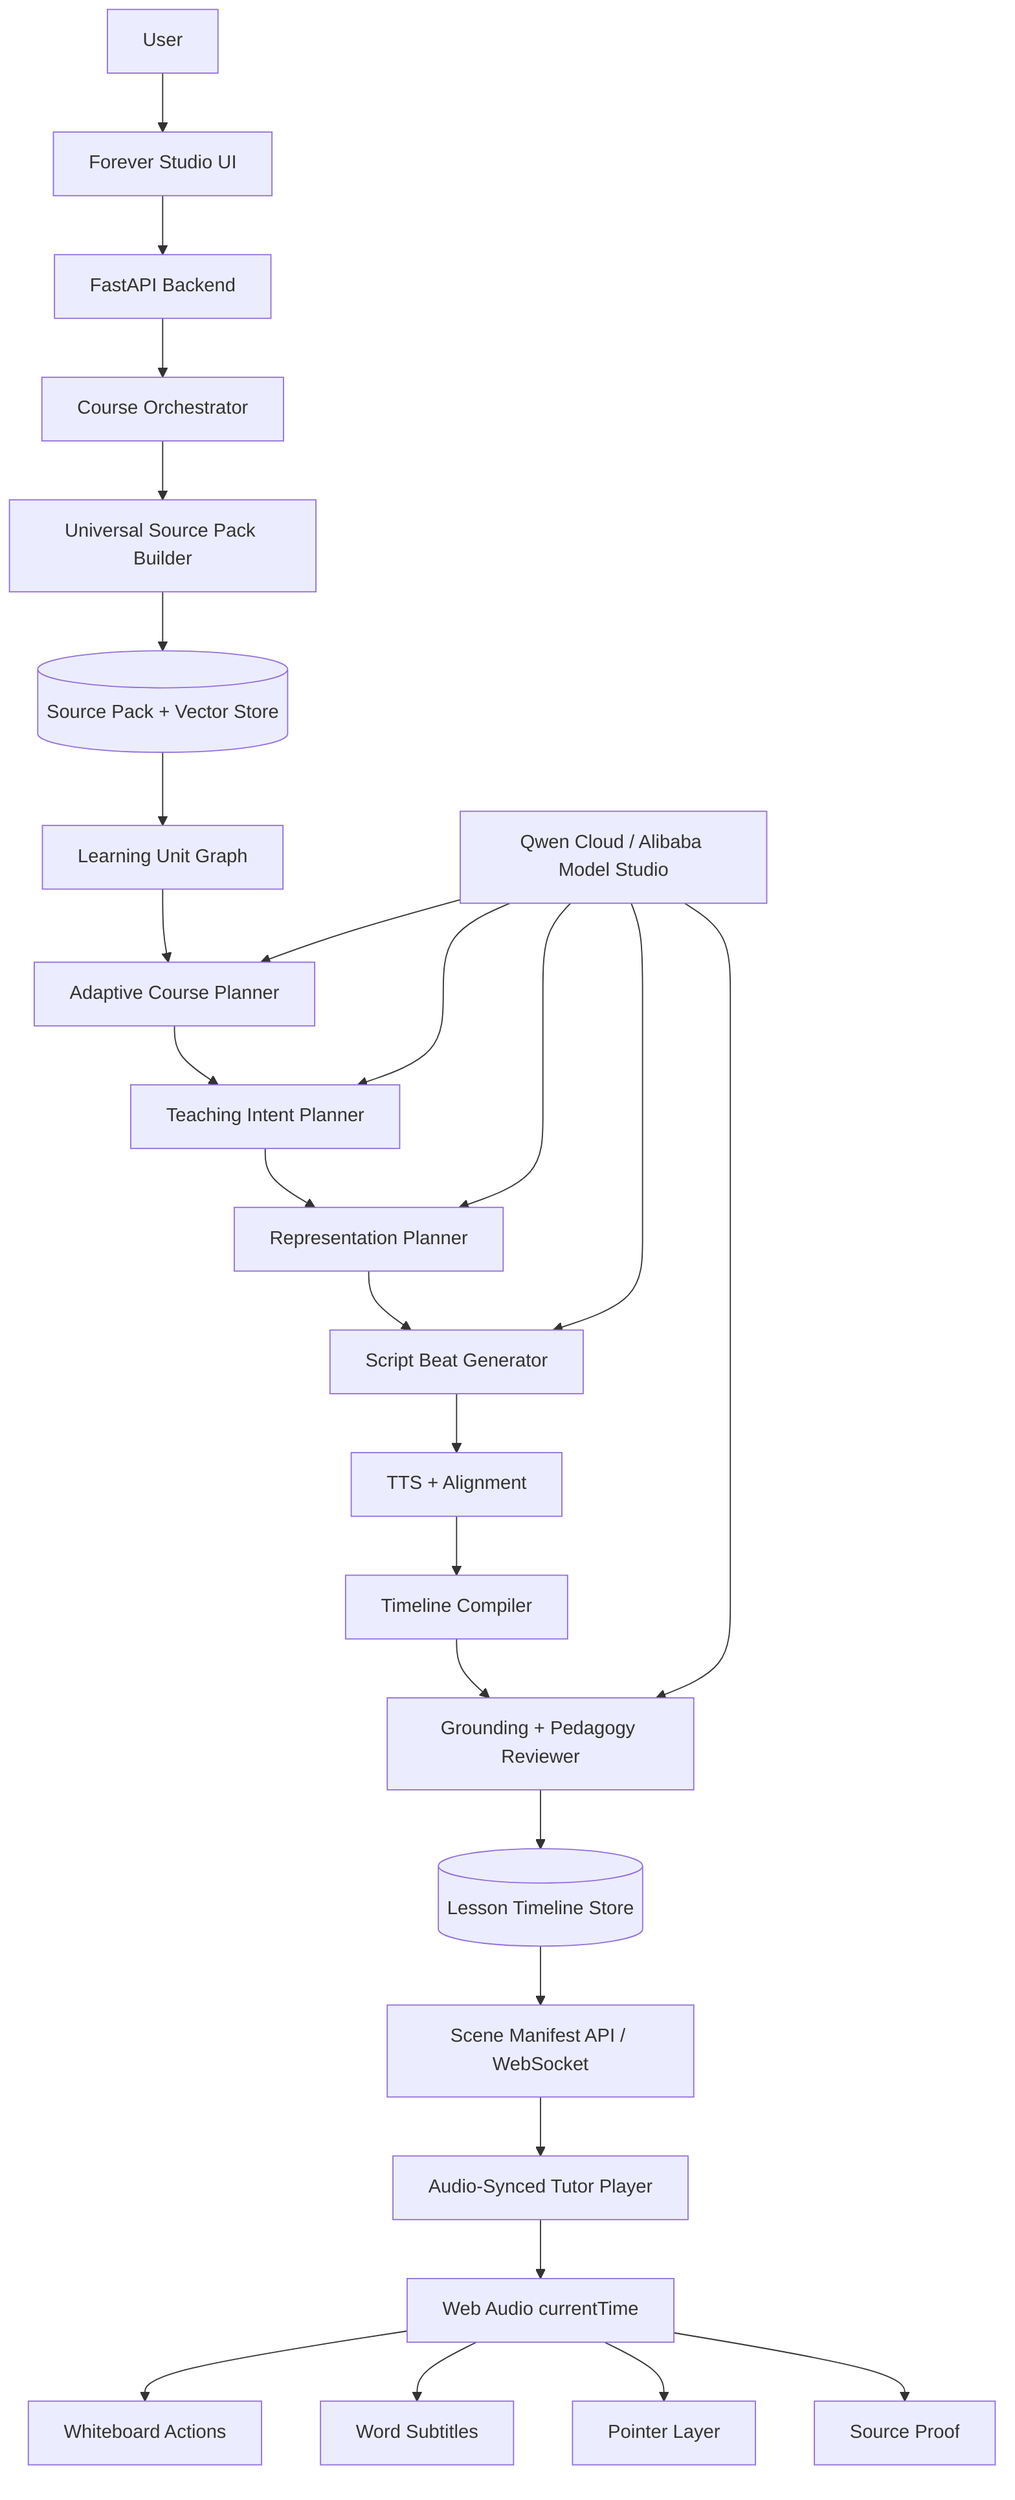
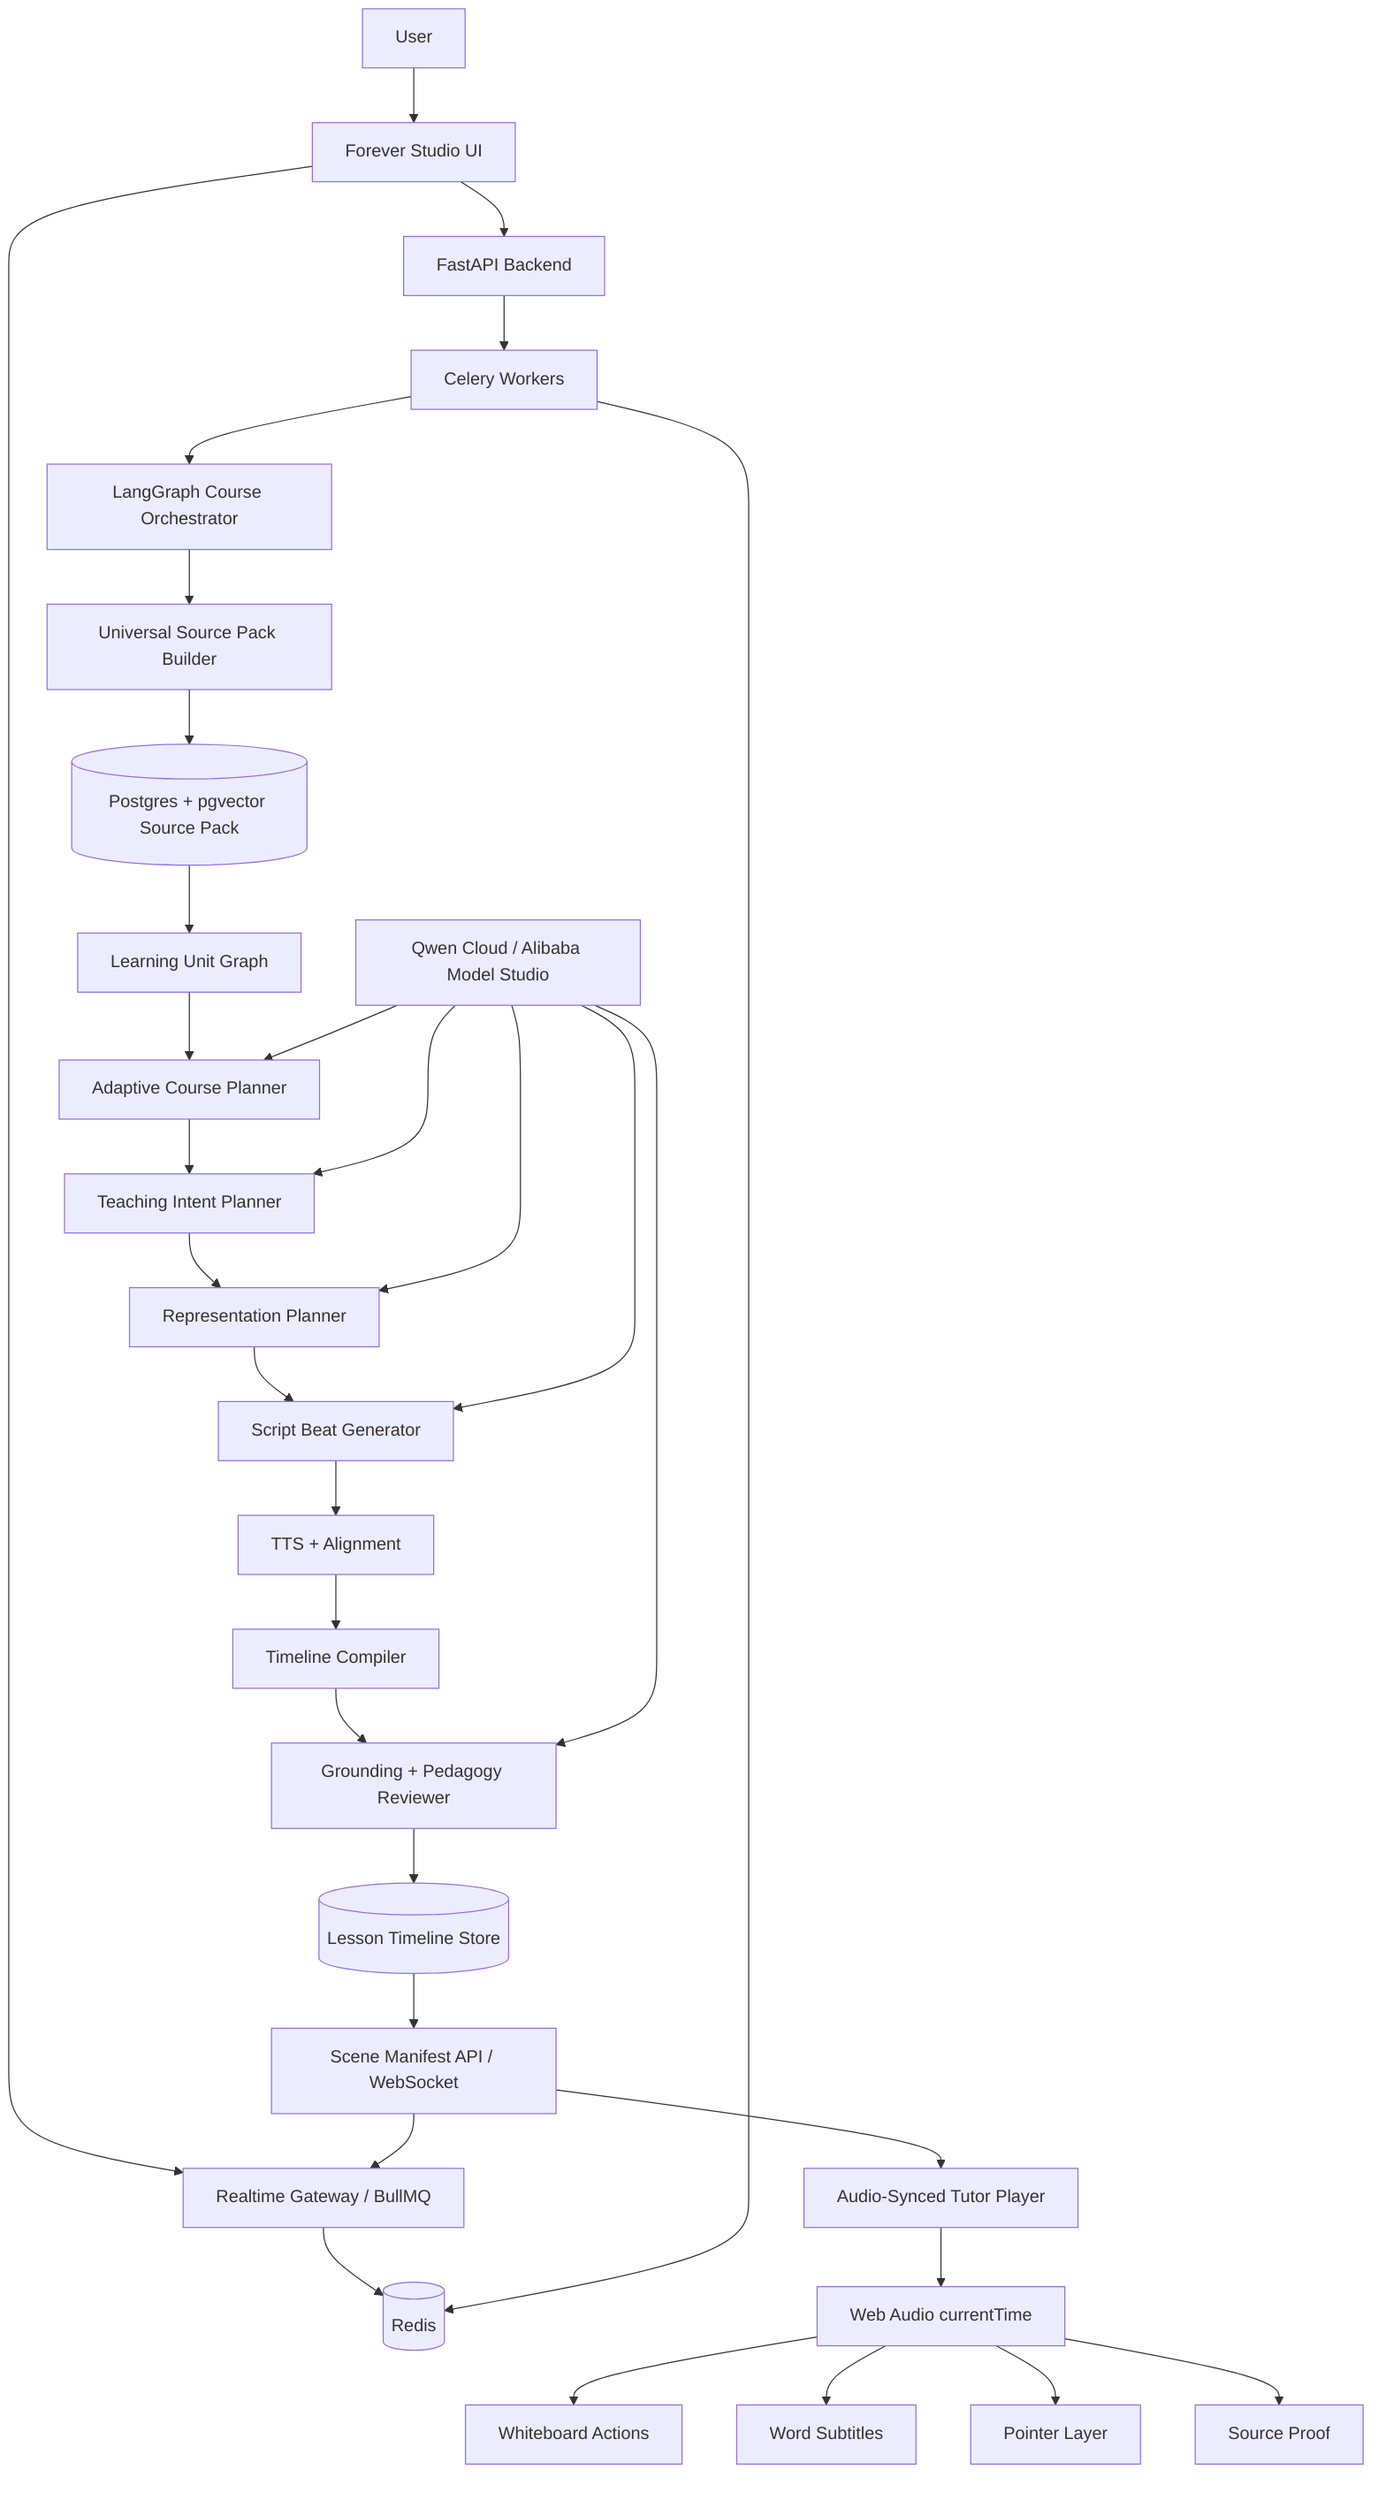
flowchart TD
  U[User] --> UI[Forever Studio UI]
+   UI --> RT[Realtime Gateway / BullMQ]
  UI --> API[FastAPI Backend]
-   API --> ORCH[Course Orchestrator]
+   RT --> REDIS[(Redis)]
+   API --> CELERY[Celery Workers]
+   CELERY --> REDIS
+   CELERY --> ORCH[LangGraph Course Orchestrator]
  ORCH --> ING[Universal Source Pack Builder]
-   ING --> SP[(Source Pack + Vector Store)]
+   ING --> SP[(Postgres + pgvector Source Pack)]
  SP --> LUG[Learning Unit Graph]
  LUG --> PLAN[Adaptive Course Planner]
  PLAN --> INTENT[Teaching Intent Planner]
  INTENT --> REP[Representation Planner]
  REP --> SCRIPT[Script Beat Generator]
  SCRIPT --> TTS[TTS + Alignment]
  TTS --> TIMELINE[Timeline Compiler]
  TIMELINE --> REVIEW[Grounding + Pedagogy Reviewer]
  REVIEW --> STORE[(Lesson Timeline Store)]
  STORE --> STREAM[Scene Manifest API / WebSocket]
+   STREAM --> RT
  STREAM --> PLAYER[Audio-Synced Tutor Player]

  QWEN[Qwen Cloud / Alibaba Model Studio] --> PLAN
  QWEN --> INTENT
  QWEN --> REP
  QWEN --> SCRIPT
  QWEN --> REVIEW

  PLAYER --> CLOCK[Web Audio currentTime]
  CLOCK --> BOARD[Whiteboard Actions]
  CLOCK --> SUBS[Word Subtitles]
  CLOCK --> PTR[Pointer Layer]
  CLOCK --> SOURCE[Source Proof]
- 
